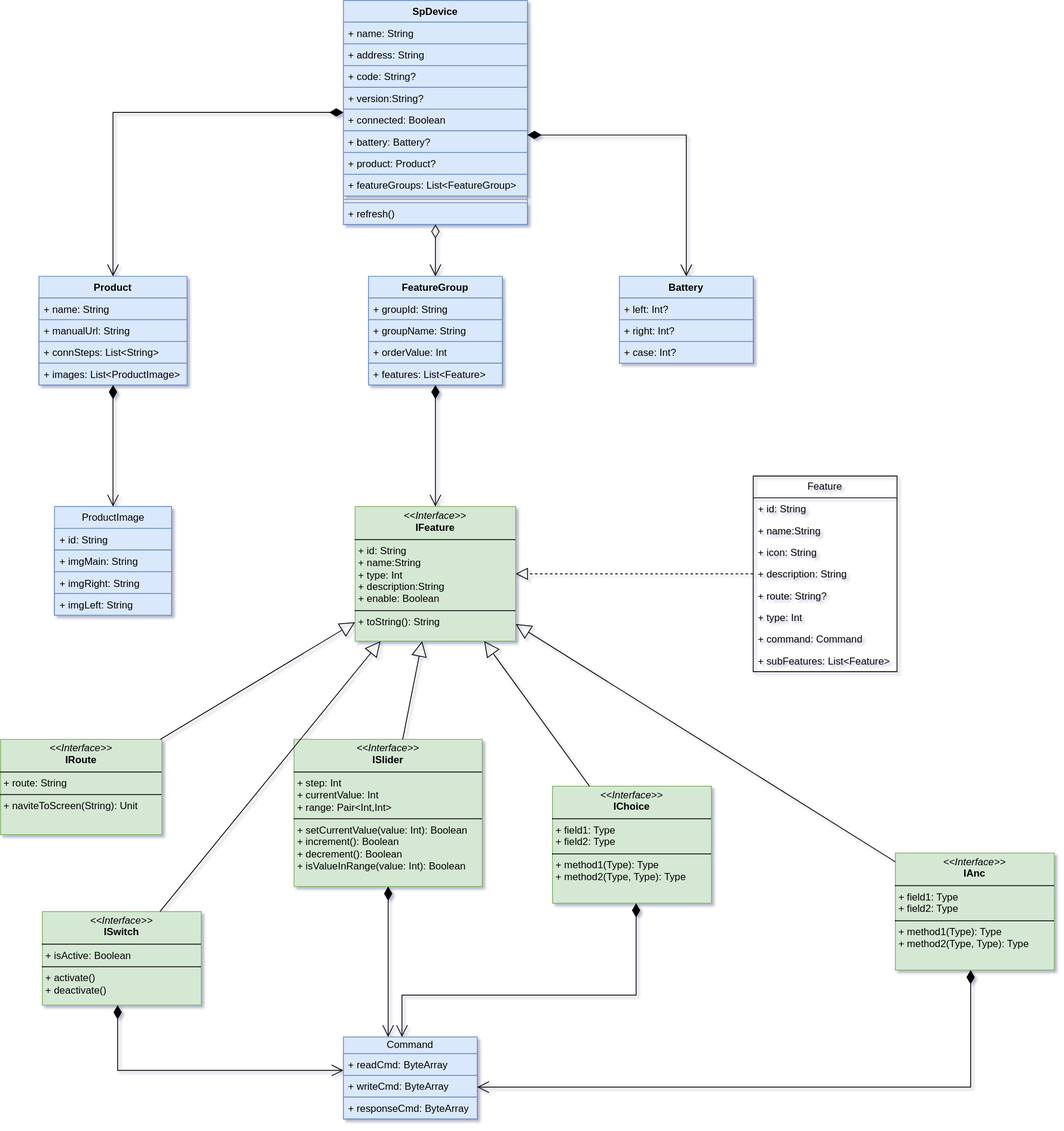
The draw.io diagram sp-device.drawio.svg in kekemao00/draw-libs, before a commit. Source tidied: cells renumbered, new cells last; positions are measured from the earlier drawing's top-left corner, leaving out a move shared by most shapes.
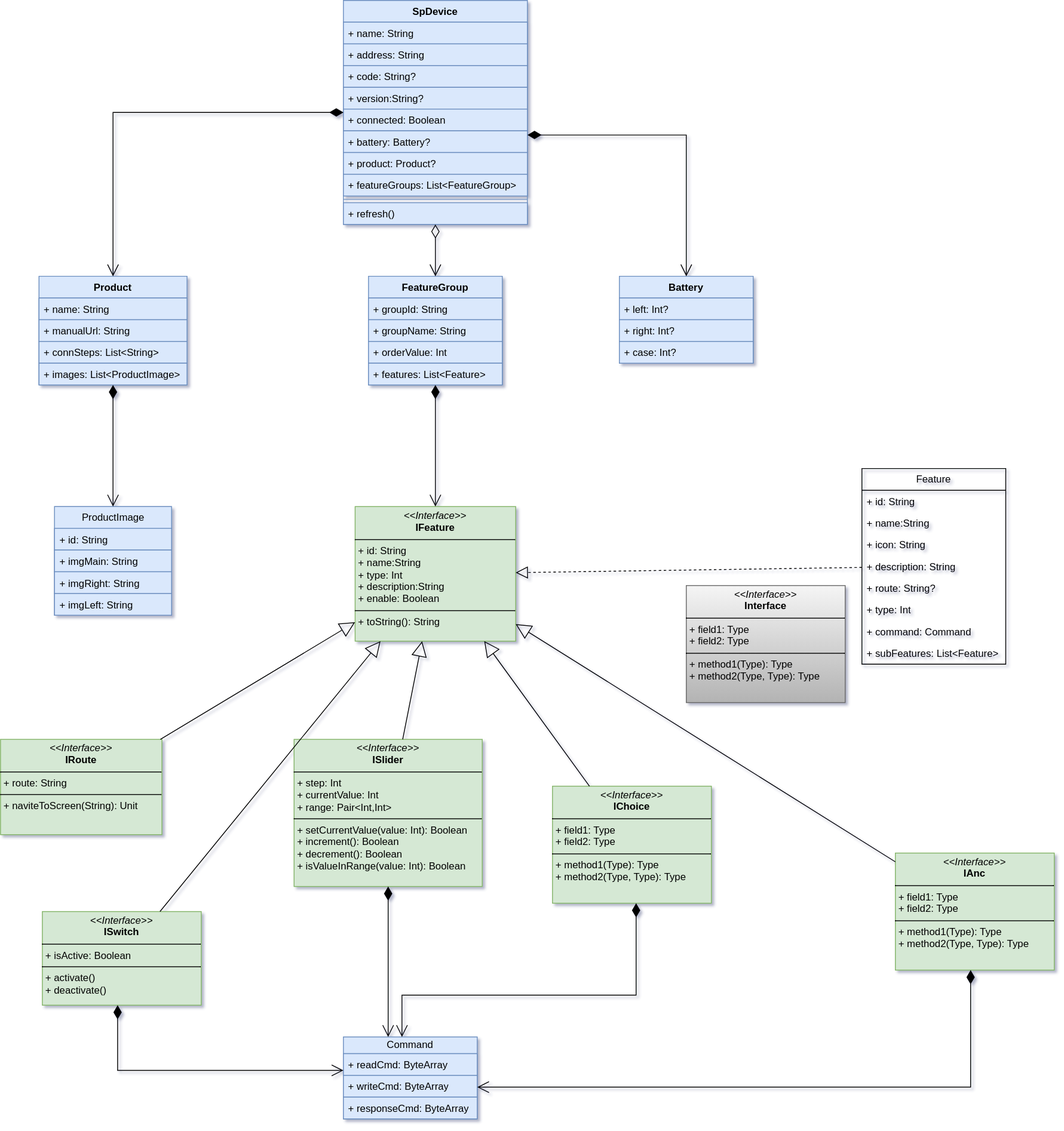
After the commit.

What changed in the source:
```diff
@@ -93,7 +93,7 @@
       <mxGeometry y="104" width="160" height="26" as="geometry" />
     </mxCell>
     <mxCell id="32" value="Feature" style="swimlane;fontStyle=0;horizontal=1;startSize=26;fillColor=none;whiteSpace=wrap;html=1;" parent="1" vertex="1">
-      <mxGeometry x="900" y="569" width="172" height="234" as="geometry" />
+      <mxGeometry x="1030" y="560" width="172" height="234" as="geometry" />
     </mxCell>
     <mxCell id="33" value="+ id: String" style="text;strokeColor=none;fillColor=none;align=left;verticalAlign=top;spacingLeft=4;spacingRight=4;overflow=hidden;whiteSpace=wrap;html=1;" parent="32" vertex="1">
       <mxGeometry y="26" width="172" height="26" as="geometry" />
@@ -217,5 +217,8 @@
         </Array>
       </mxGeometry>
     </mxCell>
+    <mxCell id="66" value="&lt;p style=&quot;margin:0px;margin-top:4px;text-align:center;&quot;&gt;&lt;i&gt;&amp;lt;&amp;lt;Interface&amp;gt;&amp;gt;&lt;/i&gt;&lt;br/&gt;&lt;b&gt;Interface&lt;/b&gt;&lt;/p&gt;&lt;hr size=&quot;1&quot; style=&quot;border-style:solid;&quot;/&gt;&lt;p style=&quot;margin:0px;margin-left:4px;&quot;&gt;+ field1: Type&lt;br/&gt;+ field2: Type&lt;/p&gt;&lt;hr size=&quot;1&quot; style=&quot;border-style:solid;&quot;/&gt;&lt;p style=&quot;margin:0px;margin-left:4px;&quot;&gt;+ method1(Type): Type&lt;br/&gt;+ method2(Type, Type): Type&lt;/p&gt;" style="verticalAlign=top;align=left;overflow=fill;html=1;whiteSpace=wrap;fillColor=#f5f5f5;strokeColor=#666666;gradientColor=#b3b3b3;" parent="1" vertex="1">
+      <mxGeometry x="820" y="700" width="190" height="140" as="geometry" />
+    </mxCell>
   </root>
 </mxGraphModel>
```
